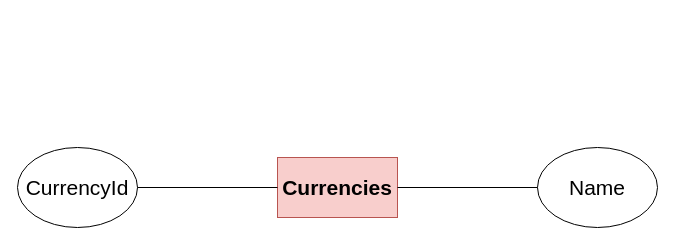
The draw.io diagram page "Currency" (2 of 11) of Document/account.drawio in anhnmt/csharp-online-banking, before the edit. Source tidied: cells renumbered, new cells numbered last; positions are measured from the earlier drawing's top-left corner, leaving out a move shared by most shapes. Both pictures are drawn from the tidied source at 100%, with x=0, y=0 at pixel (17, 147).
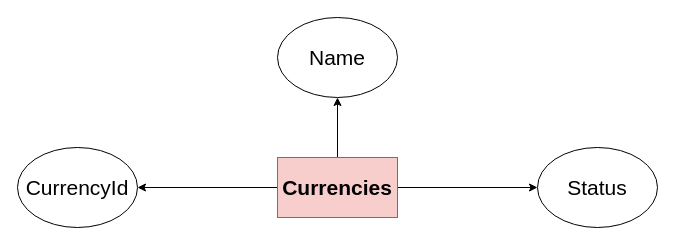
The same page after the edit.

What changed in the source:
```diff
@@
 <mxGraphModel>
   <root>
     <mxCell id="0" />
     <mxCell id="1" parent="0" />
+    <mxCell id="7" style="edgeStyle=orthogonalEdgeStyle;rounded=0;jettySize=auto;html=1;entryX=0.5;entryY=1;entryDx=0;entryDy=0;" parent="1" edge="1" source="2" target="10">
+      <mxGeometry relative="1" as="geometry" />
+    </mxCell>
+    <mxCell id="8" style="edgeStyle=orthogonalEdgeStyle;rounded=0;jettySize=auto;html=1;" parent="1" edge="1" source="2" target="3">
+      <mxGeometry relative="1" as="geometry" />
+    </mxCell>
+    <mxCell id="9" style="edgeStyle=orthogonalEdgeStyle;rounded=0;jettySize=auto;html=1;entryX=0;entryY=0.5;entryDx=0;entryDy=0;" parent="1" edge="1" source="2" target="4">
+      <mxGeometry relative="1" as="geometry" />
+    </mxCell>
     <mxCell id="2" value="Currencies" style="rounded=0;whiteSpace=wrap;html=1;fontSize=21;fontStyle=1;fillColor=#f8cecc;strokeColor=#b85450;" parent="1" vertex="1">
       <mxGeometry x="260" y="10" width="120" height="60" as="geometry" />
     </mxCell>
     <mxCell id="3" value="CurrencyId" style="ellipse;whiteSpace=wrap;html=1;fontSize=21;" parent="1" vertex="1">
       <mxGeometry width="120" height="80" as="geometry" />
     </mxCell>
-    <mxCell id="4" value="Name" style="ellipse;whiteSpace=wrap;html=1;fontSize=21;" parent="1" vertex="1">
+    <mxCell id="4" value="Status" style="ellipse;whiteSpace=wrap;html=1;fontSize=21;" parent="1" vertex="1">
       <mxGeometry x="520" width="120" height="80" as="geometry" />
     </mxCell>
-    <mxCell id="5" style="endArrow=none;html=1;fontSize=21;exitX=1;exitY=0.5;exitDx=0;exitDy=0;entryX=0;entryY=0.5;entryDx=0;entryDy=0;" parent="1" edge="1" source="3" target="2">
-      <mxGeometry relative="1" as="geometry" />
-    </mxCell>
-    <mxCell id="6" style="endArrow=none;html=1;fontSize=21;entryX=1;entryY=0.5;entryDx=0;entryDy=0;" parent="1" edge="1" source="4" target="2">
-      <mxGeometry relative="1" as="geometry" />
-    </mxCell>
+    <mxCell id="10" value="Name" style="ellipse;whiteSpace=wrap;html=1;fontSize=21;" parent="1" vertex="1">
+      <mxGeometry x="260" y="-130" width="120" height="80" as="geometry" />
+    </mxCell>
   </root>
 </mxGraphModel>
```
